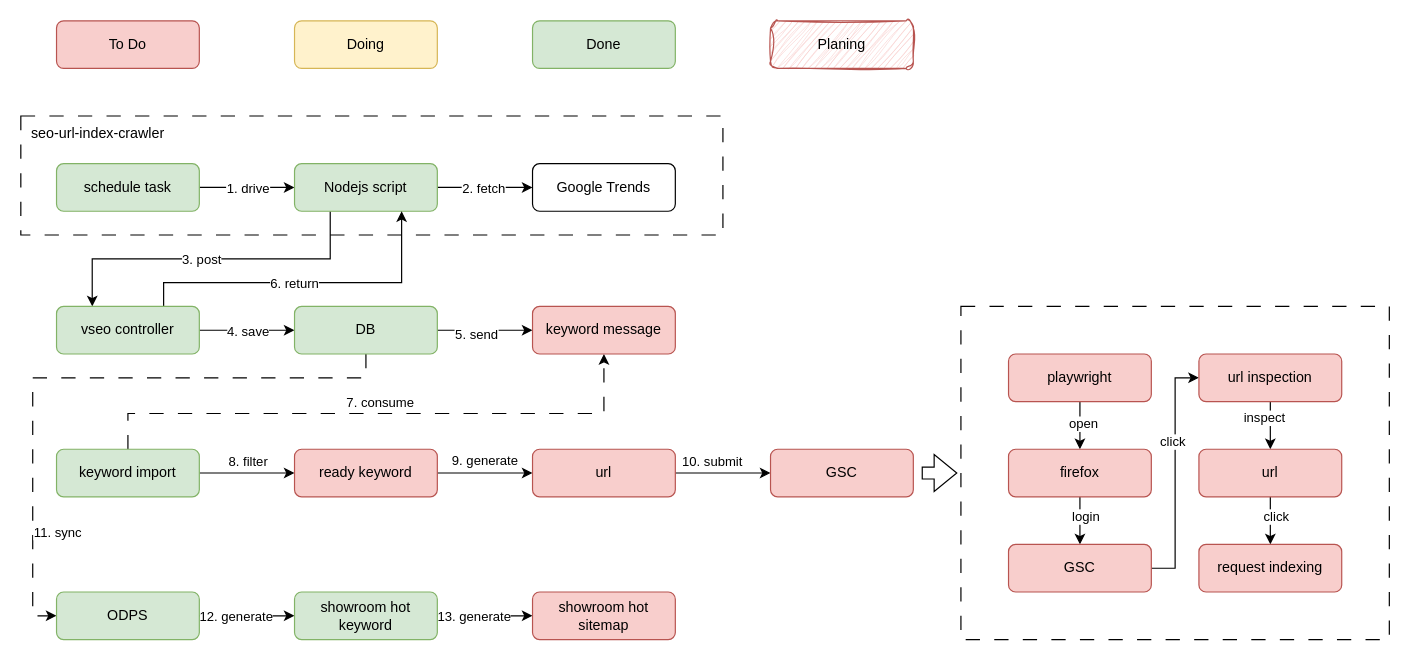
This is drawio/trend_keywords.drawio from VisableHarry/seo-drawio, a draw.io file, before an edit. Source tidied: cells renumbered, new cells numbered last; positions are measured from the earlier drawing's top-left corner, leaving out a move shared by most shapes. Both pictures are drawn from the tidied source at 119%, with x=0, y=0 at pixel (20, 20).
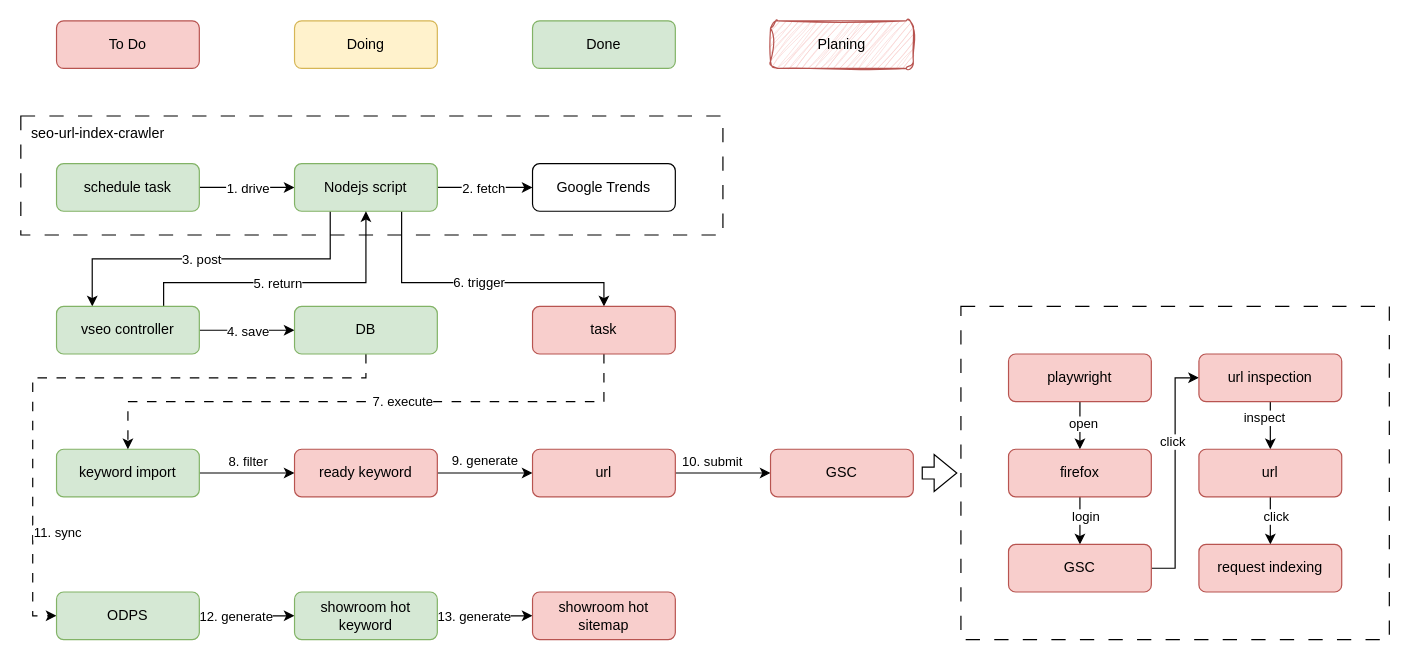
The same diagram, later.

The change refers to these unchanged cells:
```xml
<mxCell id="16" value="Nodejs script" style="rounded=1;whiteSpace=wrap;html=1;fillColor=#d5e8d4;strokeColor=#82b366;" parent="1" vertex="1">
  <mxGeometry x="230" y="120" width="120" height="40" as="geometry" />
</mxCell>
<mxCell id="22" value="vseo controller" style="rounded=1;whiteSpace=wrap;html=1;fillColor=#d5e8d4;strokeColor=#82b366;" parent="1" vertex="1">
  <mxGeometry x="30" y="240" width="120" height="40" as="geometry" />
</mxCell>
<mxCell id="27" value="DB" style="rounded=1;whiteSpace=wrap;html=1;fillColor=#d5e8d4;strokeColor=#82b366;" parent="1" vertex="1">
  <mxGeometry x="230" y="240" width="120" height="40" as="geometry" />
</mxCell>
<mxCell id="30" value="ODPS" style="rounded=1;whiteSpace=wrap;html=1;fillColor=#d5e8d4;strokeColor=#82b366;" parent="1" vertex="1">
  <mxGeometry x="30" y="480" width="120" height="40" as="geometry" />
</mxCell>
<mxCell id="43" value="keyword import" style="rounded=1;whiteSpace=wrap;html=1;fillColor=#d5e8d4;strokeColor=#82b366;" parent="1" vertex="1">
  <mxGeometry x="30" y="360" width="120" height="40" as="geometry" />
</mxCell>
```

What changed in the source:
```diff
@@
+    <mxCell id="64" value="6. trigger" style="edgeStyle=orthogonalEdgeStyle;rounded=0;jettySize=auto;html=1;exitX=0.75;exitY=1;exitDx=0;exitDy=0;entryX=0.5;entryY=0;entryDx=0;entryDy=0;" parent="1" edge="1" source="16" target="44">
+      <mxGeometry relative="1" as="geometry">
+        <Array as="points">
+          <mxPoint x="320" y="220" />
+          <mxPoint x="490" y="220" />
+        </Array>
+      </mxGeometry>
+    </mxCell>
@@
-    <mxCell id="20" style="edgeStyle=orthogonalEdgeStyle;rounded=0;jettySize=auto;html=1;exitX=0.75;exitY=0;exitDx=0;exitDy=0;entryX=0.75;entryY=1;entryDx=0;entryDy=0;" parent="1" edge="1" source="22" target="16">
+    <mxCell id="20" style="edgeStyle=orthogonalEdgeStyle;rounded=0;jettySize=auto;html=1;exitX=0.75;exitY=0;exitDx=0;exitDy=0;entryX=0.5;entryY=1;entryDx=0;entryDy=0;" parent="1" edge="1" source="22" target="16">
       <mxGeometry relative="1" as="geometry">
         <Array as="points">
           <mxPoint x="120" y="220" />
-          <mxPoint x="320" y="220" />
+          <mxPoint x="290" y="220" />
         </Array>
       </mxGeometry>
     </mxCell>
-    <mxCell id="21" value="6. return" style="edgeLabel;html=1;align=center;verticalAlign=middle;" parent="20" vertex="1">
+    <mxCell id="21" value="5. return" style="edgeLabel;html=1;align=center;verticalAlign=middle;" parent="20" vertex="1">
       <mxGeometry x="-0.08" relative="1" as="geometry" />
     </mxCell>
@@
-    <mxCell id="23" style="edgeStyle=orthogonalEdgeStyle;rounded=0;jettySize=auto;html=1;exitX=1;exitY=0.5;exitDx=0;exitDy=0;entryX=0;entryY=0.5;entryDx=0;entryDy=0;" parent="1" edge="1" source="27" target="44">
-      <mxGeometry relative="1" as="geometry" />
-    </mxCell>
-    <mxCell id="24" value="5. send" style="edgeLabel;html=1;align=center;verticalAlign=middle;" parent="23" vertex="1">
-      <mxGeometry x="-0.2" y="-3" relative="1" as="geometry" />
-    </mxCell>
-    <mxCell id="25" style="edgeStyle=orthogonalEdgeStyle;rounded=0;jettySize=auto;html=1;exitX=0.5;exitY=1;exitDx=0;exitDy=0;entryX=0;entryY=0.5;entryDx=0;entryDy=0;dashed=1;dashPattern=12 12;" parent="1" edge="1" source="27" target="30">
+    <mxCell id="25" style="edgeStyle=orthogonalEdgeStyle;rounded=0;jettySize=auto;html=1;exitX=0.5;exitY=1;exitDx=0;exitDy=0;entryX=0;entryY=0.5;entryDx=0;entryDy=0;dashed=1;dashPattern=8 8;" parent="1" edge="1" source="27" target="30">
       <mxGeometry relative="1" as="geometry">
         <Array as="points">
           <mxPoint x="290" y="300" />
           <mxPoint x="10" y="300" />
           <mxPoint x="10" y="500" />
         </Array>
       </mxGeometry>
     </mxCell>
@@
-    <mxCell id="41" style="edgeStyle=orthogonalEdgeStyle;rounded=0;jettySize=auto;html=1;exitX=0.5;exitY=0;exitDx=0;exitDy=0;entryX=0.5;entryY=1;entryDx=0;entryDy=0;dashed=1;dashPattern=12 12;" parent="1" edge="1" source="43" target="44">
-      <mxGeometry relative="1" as="geometry">
-        <Array as="points">
-          <mxPoint x="90" y="330" />
-          <mxPoint x="490" y="330" />
-        </Array>
-      </mxGeometry>
-    </mxCell>
-    <mxCell id="42" value="7. consume" style="edgeLabel;html=1;align=center;verticalAlign=middle;" parent="41" vertex="1">
-      <mxGeometry x="-0.06" y="-2" relative="1" as="geometry">
-        <mxPoint x="15" y="-12" as="offset" />
-      </mxGeometry>
-    </mxCell>
@@
+    <mxCell id="65" style="edgeStyle=orthogonalEdgeStyle;rounded=0;jettySize=auto;html=1;exitX=0.5;exitY=1;exitDx=0;exitDy=0;dashed=1;dashPattern=8 8;" parent="1" edge="1" source="44" target="43">
+      <mxGeometry relative="1" as="geometry" />
+    </mxCell>
+    <mxCell id="66" value="7. execute" style="edgeLabel;html=1;align=center;verticalAlign=middle;" parent="65" vertex="1">
+      <mxGeometry x="-0.12" y="-1" relative="1" as="geometry">
+        <mxPoint x="1" as="offset" />
+      </mxGeometry>
+    </mxCell>
-    <mxCell id="44" value="keyword message" style="rounded=1;whiteSpace=wrap;html=1;fillColor=#f8cecc;strokeColor=#b85450;" parent="1" vertex="1">
+    <mxCell id="44" value="task" style="rounded=1;whiteSpace=wrap;html=1;fillColor=#f8cecc;strokeColor=#b85450;" parent="1" vertex="1">
       <mxGeometry x="430" y="240" width="120" height="40" as="geometry" />
     </mxCell>
```
